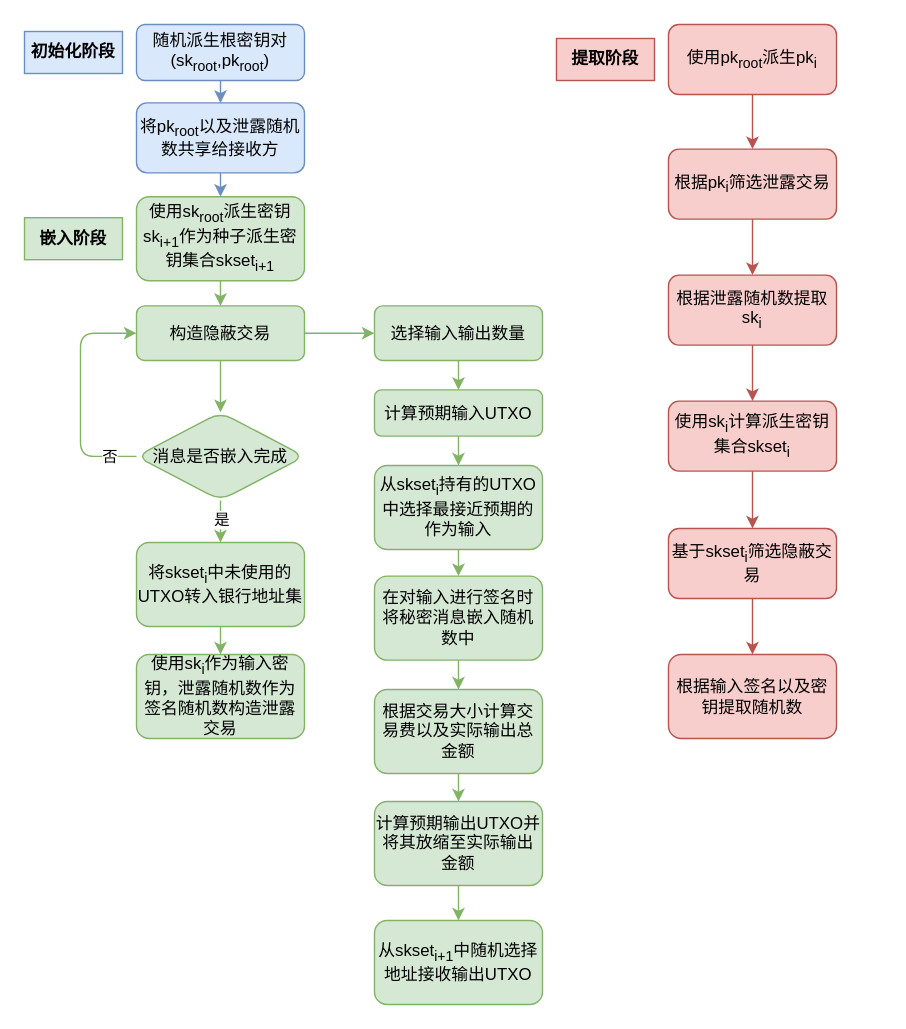
The draw.io diagram 消息嵌入.drawio in shnpd/store-draw.io, before the edit. Source tidied: cells renumbered, new cells numbered last; positions are measured from the earlier drawing's top-left corner, leaving out a move shared by most shapes. Both pictures are drawn from the tidied source at 140%, with x=0, y=0 at pixel (24, 24).
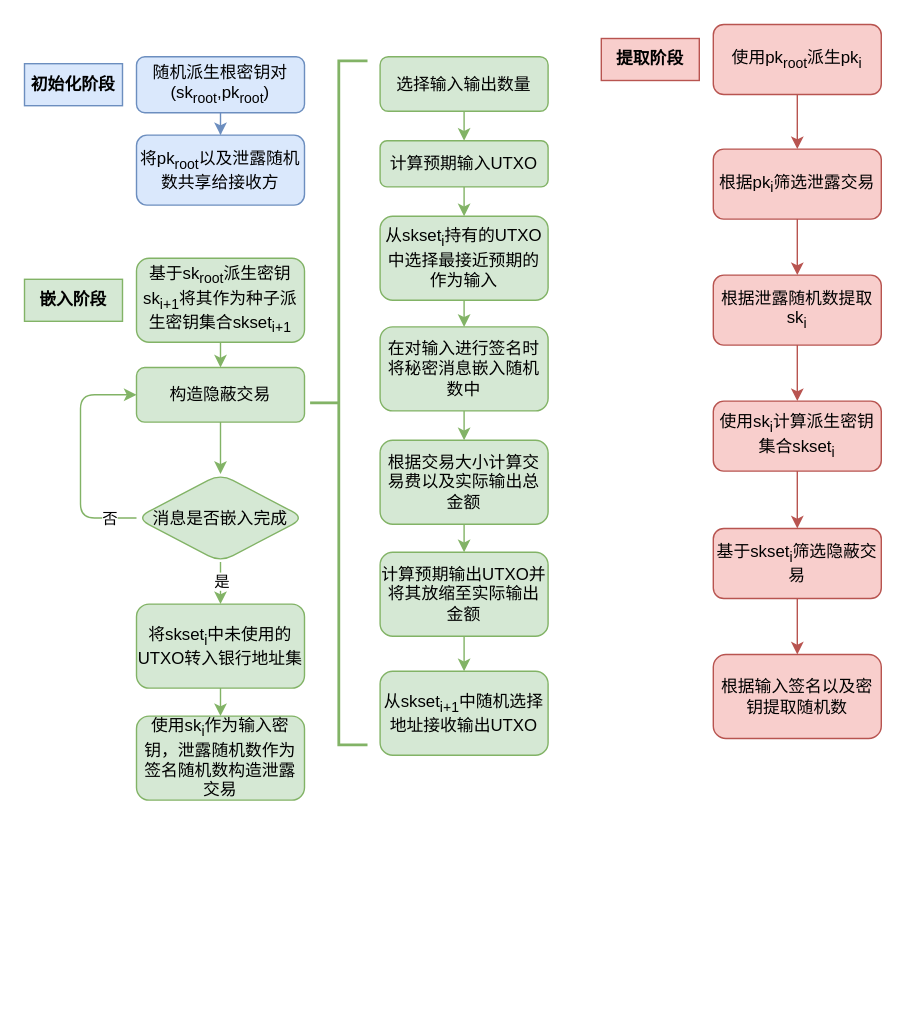
After the change.

Commit message:
更新消息嵌入.drawio

The edit, as a diff of the source:
```diff
@@
     <mxCell id="3" value="随机派生根密钥对(sk&lt;sub&gt;root&lt;/sub&gt;,pk&lt;sub&gt;root&lt;/sub&gt;)" style="rounded=1;whiteSpace=wrap;html=1;fontSize=12;glass=0;strokeWidth=1;shadow=0;fillColor=#dae8fc;strokeColor=#6c8ebf;" parent="1" vertex="1">
-      <mxGeometry x="80" width="120" height="40" as="geometry" />
+      <mxGeometry x="80" y="23" width="120" height="40" as="geometry" />
     </mxCell>
-    <mxCell id="4" style="edgeStyle=orthogonalEdgeStyle;rounded=1;jettySize=auto;html=1;fillColor=#dae8fc;strokeColor=#6c8ebf;" parent="1" edge="1" source="5" target="7">
-      <mxGeometry relative="1" as="geometry" />
-    </mxCell>
     <mxCell id="5" value="将pk&lt;sub&gt;root&lt;/sub&gt;以及泄露随机数共享给接收方" style="whiteSpace=wrap;html=1;rounded=1;glass=0;strokeWidth=1;shadow=0;fillColor=#dae8fc;strokeColor=#6c8ebf;" parent="1" vertex="1">
-      <mxGeometry x="80" y="56" width="120" height="50" as="geometry" />
+      <mxGeometry x="80" y="79" width="120" height="50" as="geometry" />
     </mxCell>
@@
-    <mxCell id="7" value="使用sk&lt;sub&gt;root&lt;/sub&gt;派生密钥sk&lt;sub&gt;i+1&lt;/sub&gt;作为种子派生密钥集合skset&lt;sub&gt;i+1&lt;/sub&gt;" style="whiteSpace=wrap;html=1;rounded=1;glass=0;strokeWidth=1;shadow=0;fillColor=#d5e8d4;strokeColor=#82b366;" parent="1" vertex="1">
-      <mxGeometry x="80" y="123" width="120" height="60" as="geometry" />
+    <mxCell id="7" value="基于sk&lt;sub&gt;root&lt;/sub&gt;派生密钥sk&lt;sub&gt;i+1&lt;/sub&gt;将其作为种子派生密钥集合skset&lt;sub&gt;i+1&lt;/sub&gt;" style="whiteSpace=wrap;html=1;rounded=1;glass=0;strokeWidth=1;shadow=0;fillColor=#d5e8d4;strokeColor=#82b366;" parent="1" vertex="1">
+      <mxGeometry x="80" y="167" width="120" height="60" as="geometry" />
     </mxCell>
-    <mxCell id="8" style="edgeStyle=orthogonalEdgeStyle;rounded=1;jettySize=auto;html=1;fillColor=#d5e8d4;strokeColor=#82b366;" parent="1" edge="1" source="10" target="12">
-      <mxGeometry relative="1" as="geometry" />
-    </mxCell>
@@
     <mxCell id="10" value="构造隐蔽交易" style="whiteSpace=wrap;html=1;rounded=1;glass=0;strokeWidth=1;shadow=0;fillColor=#d5e8d4;strokeColor=#82b366;" parent="1" vertex="1">
-      <mxGeometry x="80" y="201" width="120" height="39" as="geometry" />
+      <mxGeometry x="80" y="245" width="120" height="39" as="geometry" />
     </mxCell>
@@
     <mxCell id="12" value="选择输入输出数量" style="whiteSpace=wrap;html=1;rounded=1;glass=0;strokeWidth=1;shadow=0;fillColor=#d5e8d4;strokeColor=#82b366;" parent="1" vertex="1">
-      <mxGeometry x="250" y="201" width="120" height="39" as="geometry" />
+      <mxGeometry x="254" y="23" width="120" height="39" as="geometry" />
     </mxCell>
@@
     <mxCell id="14" value="计算预期输入UTXO" style="whiteSpace=wrap;html=1;rounded=1;glass=0;strokeWidth=1;shadow=0;fillColor=#d5e8d4;strokeColor=#82b366;" parent="1" vertex="1">
-      <mxGeometry x="250" y="261" width="120" height="33" as="geometry" />
+      <mxGeometry x="254" y="83" width="120" height="33" as="geometry" />
     </mxCell>
@@
     <mxCell id="16" value="从skset&lt;sub&gt;i&lt;/sub&gt;持有的UTXO中选择最接近预期的作为输入" style="whiteSpace=wrap;html=1;rounded=1;glass=0;strokeWidth=1;shadow=0;fillColor=#d5e8d4;strokeColor=#82b366;" parent="1" vertex="1">
-      <mxGeometry x="250" y="315" width="120" height="60" as="geometry" />
+      <mxGeometry x="254" y="137" width="120" height="60" as="geometry" />
     </mxCell>
@@
     <mxCell id="18" value="在对输入进行签名时将秘密消息嵌入随机数中" style="whiteSpace=wrap;html=1;rounded=1;glass=0;strokeWidth=1;shadow=0;fillColor=#d5e8d4;strokeColor=#82b366;" parent="1" vertex="1">
-      <mxGeometry x="250" y="394" width="120" height="60" as="geometry" />
+      <mxGeometry x="254" y="216" width="120" height="60" as="geometry" />
     </mxCell>
@@
     <mxCell id="20" value="根据交易大小计算交易费以及实际输出总金额" style="whiteSpace=wrap;html=1;rounded=1;glass=0;strokeWidth=1;shadow=0;fillColor=#d5e8d4;strokeColor=#82b366;" parent="1" vertex="1">
-      <mxGeometry x="250" y="475" width="120" height="60" as="geometry" />
+      <mxGeometry x="254" y="297" width="120" height="60" as="geometry" />
     </mxCell>
@@
     <mxCell id="22" value="计算预期输出UTXO并将其放缩至实际输出金额" style="whiteSpace=wrap;html=1;rounded=1;glass=0;strokeWidth=1;shadow=0;fillColor=#d5e8d4;strokeColor=#82b366;" parent="1" vertex="1">
-      <mxGeometry x="250" y="555" width="120" height="60" as="geometry" />
+      <mxGeometry x="254" y="377" width="120" height="60" as="geometry" />
     </mxCell>
     <mxCell id="23" value="从skset&lt;sub&gt;i+1&lt;/sub&gt;中随机选择地址接收输出UTXO" style="whiteSpace=wrap;html=1;rounded=1;glass=0;strokeWidth=1;shadow=0;fillColor=#d5e8d4;strokeColor=#82b366;" parent="1" vertex="1">
-      <mxGeometry x="250" y="640" width="120" height="60" as="geometry" />
+      <mxGeometry x="254" y="462" width="120" height="60" as="geometry" />
     </mxCell>
     <mxCell id="24" style="edgeStyle=orthogonalEdgeStyle;rounded=1;jettySize=auto;html=1;exitX=0;exitY=0.5;exitDx=0;exitDy=0;entryX=0;entryY=0.5;entryDx=0;entryDy=0;fillColor=#d5e8d4;strokeColor=#82b366;" parent="1" edge="1" source="28" target="10">
       <mxGeometry relative="1" as="geometry">
         <Array as="points">
-          <mxPoint x="40" y="309" />
-          <mxPoint x="40" y="221" />
-          <mxPoint x="80" y="221" />
+          <mxPoint x="40" y="353" />
+          <mxPoint x="40" y="265" />
+          <mxPoint x="80" y="265" />
         </Array>
       </mxGeometry>
     </mxCell>
@@
     <mxCell id="28" value="消息是否嵌入完成" style="rhombus;whiteSpace=wrap;html=1;rounded=1;glass=0;strokeWidth=1;shadow=0;fillColor=#d5e8d4;strokeColor=#82b366;" parent="1" vertex="1">
-      <mxGeometry x="80" y="277" width="120" height="63" as="geometry" />
+      <mxGeometry x="80" y="321" width="120" height="63" as="geometry" />
     </mxCell>
@@
     <mxCell id="30" value="将skset&lt;sub&gt;i&lt;/sub&gt;中未使用的UTXO转入银行地址集" style="whiteSpace=wrap;html=1;rounded=1;glass=0;strokeWidth=1;shadow=0;fillColor=#d5e8d4;strokeColor=#82b366;" parent="1" vertex="1">
-      <mxGeometry x="80" y="370" width="120" height="60" as="geometry" />
+      <mxGeometry x="80" y="414" width="120" height="60" as="geometry" />
     </mxCell>
     <mxCell id="31" value="使用sk&lt;sub&gt;i&lt;/sub&gt;作为输入密钥，泄露随机数作为签名随机数构造泄露交易" style="whiteSpace=wrap;html=1;rounded=1;glass=0;strokeWidth=1;shadow=0;fillColor=#d5e8d4;strokeColor=#82b366;" parent="1" vertex="1">
-      <mxGeometry x="80" y="450" width="120" height="60" as="geometry" />
+      <mxGeometry x="80" y="494" width="120" height="60" as="geometry" />
     </mxCell>
@@
     <mxCell id="33" value="使用pk&lt;sub&gt;root&lt;/sub&gt;派生pk&lt;sub&gt;i&lt;/sub&gt;" style="rounded=1;whiteSpace=wrap;html=1;fillColor=#f8cecc;strokeColor=#b85450;" parent="1" vertex="1">
-      <mxGeometry x="460" width="120" height="50" as="geometry" />
+      <mxGeometry x="492" width="120" height="50" as="geometry" />
     </mxCell>
     <mxCell id="34" style="edgeStyle=orthogonalEdgeStyle;rounded=1;jettySize=auto;html=1;fillColor=#f8cecc;strokeColor=#b85450;" parent="1" edge="1" source="35">
       <mxGeometry relative="1" as="geometry">
-        <mxPoint x="520" y="179" as="targetPoint" />
+        <mxPoint x="552" y="179" as="targetPoint" />
       </mxGeometry>
     </mxCell>
     <mxCell id="35" value="根据pk&lt;sub&gt;i&lt;/sub&gt;筛选泄露交易" style="rounded=1;whiteSpace=wrap;html=1;fillColor=#f8cecc;strokeColor=#b85450;" parent="1" vertex="1">
-      <mxGeometry x="460" y="89" width="120" height="50" as="geometry" />
+      <mxGeometry x="492" y="89" width="120" height="50" as="geometry" />
     </mxCell>
@@
     <mxCell id="37" value="根据泄露随机数提取sk&lt;sub&gt;i&lt;/sub&gt;" style="whiteSpace=wrap;html=1;rounded=1;fillColor=#f8cecc;strokeColor=#b85450;" parent="1" vertex="1">
-      <mxGeometry x="460" y="179" width="120" height="50" as="geometry" />
+      <mxGeometry x="492" y="179" width="120" height="50" as="geometry" />
     </mxCell>
@@
     <mxCell id="39" value="使用sk&lt;sub&gt;i&lt;/sub&gt;计算派生密钥集合skset&lt;sub&gt;i&lt;/sub&gt;" style="whiteSpace=wrap;html=1;rounded=1;fillColor=#f8cecc;strokeColor=#b85450;" parent="1" vertex="1">
-      <mxGeometry x="460" y="269" width="120" height="50" as="geometry" />
+      <mxGeometry x="492" y="269" width="120" height="50" as="geometry" />
     </mxCell>
@@
     <mxCell id="41" value="基于skset&lt;sub&gt;i&lt;/sub&gt;筛选隐蔽交易" style="whiteSpace=wrap;html=1;rounded=1;fillColor=#f8cecc;strokeColor=#b85450;" parent="1" vertex="1">
-      <mxGeometry x="460" y="360" width="120" height="50" as="geometry" />
+      <mxGeometry x="492" y="360" width="120" height="50" as="geometry" />
     </mxCell>
     <mxCell id="42" value="根据输入签名以及密钥提取随机数" style="whiteSpace=wrap;html=1;fillColor=#f8cecc;strokeColor=#b85450;rounded=1;" parent="1" vertex="1">
-      <mxGeometry x="460" y="450" width="120" height="60" as="geometry" />
+      <mxGeometry x="492" y="450" width="120" height="60" as="geometry" />
     </mxCell>
     <mxCell id="43" value="初始化阶段" style="text;html=1;align=center;verticalAlign=middle;whiteSpace=wrap;rounded=0;fillColor=#dae8fc;fontStyle=1;strokeColor=#6c8ebf;" parent="1" vertex="1">
-      <mxGeometry y="5" width="70" height="30" as="geometry" />
+      <mxGeometry y="28" width="70" height="30" as="geometry" />
     </mxCell>
     <mxCell id="44" value="嵌入阶段" style="text;html=1;align=center;verticalAlign=middle;whiteSpace=wrap;rounded=0;fillColor=#d5e8d4;fontStyle=1;strokeColor=#82b366;" parent="1" vertex="1">
-      <mxGeometry y="138" width="70" height="30" as="geometry" />
+      <mxGeometry y="182" width="70" height="30" as="geometry" />
     </mxCell>
     <mxCell id="45" value="提取阶段" style="text;html=1;align=center;verticalAlign=middle;whiteSpace=wrap;rounded=0;fillColor=#f8cecc;fontStyle=1;strokeColor=#b85450;" parent="1" vertex="1">
-      <mxGeometry x="380" y="10" width="70" height="30" as="geometry" />
+      <mxGeometry x="412" y="10" width="70" height="30" as="geometry" />
     </mxCell>
+    <mxCell id="46" style="strokeWidth=2;html=1;shape=mxgraph.flowchart.annotation_2;align=left;labelPosition=right;fillColor=#d5e8d4;strokeColor=#82b366;" parent="1" vertex="1">
+      <mxGeometry x="204" y="26" width="41" height="488.5" as="geometry" />
+    </mxCell>
```
